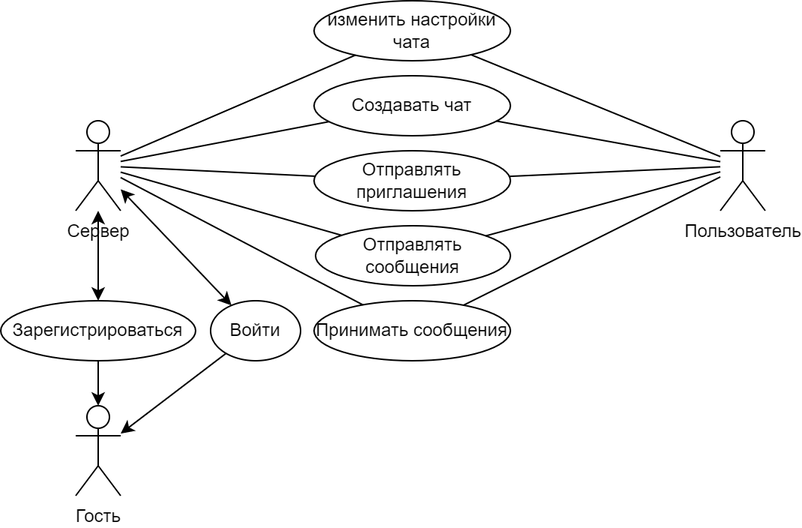
Before: Diagrams/UseCase/UseCase.png, a diagram exported from draw.io (Vladg24YT/Egg-Chat). Source tidied: cells renumbered, new cells last; positions are measured from the earlier drawing's top-left corner, leaving out a move shared by most shapes.
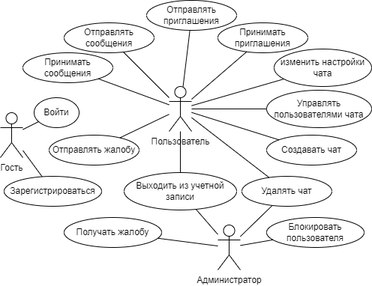
After the commit.

Commit message:
Обновление возможностей пользователя в UseCase

Diff of the diagram source:
```diff
@@ -2,47 +2,29 @@
   <root>
     <mxCell id="0" />
     <mxCell id="1" parent="0" />
-    <mxCell id="2" value="Сервер" style="shape=umlActor;verticalLabelPosition=bottom;verticalAlign=top;html=1;outlineConnect=0;" parent="1" vertex="1">
-      <mxGeometry x="50" y="80" width="30" height="60" as="geometry" />
-    </mxCell>
-    <mxCell id="3" style="endArrow=classic;html=1;rounded=1;startArrow=classic;" parent="1" edge="1" source="2" target="5">
-      <mxGeometry relative="1" as="geometry" />
-    </mxCell>
     <mxCell id="4" value="Гость" style="shape=umlActor;verticalLabelPosition=bottom;verticalAlign=top;html=1;outlineConnect=0;" parent="1" vertex="1">
-      <mxGeometry x="50" y="270" width="30" height="60" as="geometry" />
+      <mxGeometry x="355" y="200" width="30" height="60" as="geometry" />
     </mxCell>
     <mxCell id="5" value="Войти" style="rounded=1;whiteSpace=wrap;html=1;shape=ellipse;perimeter=ellipsePerimeter;" parent="1" vertex="1">
-      <mxGeometry x="140" y="200" width="60" height="40" as="geometry" />
+      <mxGeometry x="400" y="180" width="60" height="40" as="geometry" />
     </mxCell>
     <mxCell id="6" value="Пользователь" style="shape=umlActor;verticalLabelPosition=bottom;verticalAlign=top;html=1;outlineConnect=0;" parent="1" vertex="1">
-      <mxGeometry x="480" y="80" width="30" height="60" as="geometry" />
+      <mxGeometry x="580" y="165" width="30" height="60" as="geometry" />
     </mxCell>
-    <mxCell id="7" style="endArrow=classic;html=1;rounded=1;startArrow=classic;" parent="1" edge="1" source="2" target="12">
-      <mxGeometry relative="1" as="geometry" />
-    </mxCell>
-    <mxCell id="8" style="endArrow=none;html=1;rounded=1;startArrow=classic;" parent="1" edge="1" source="4" target="5">
-      <mxGeometry relative="1" as="geometry" />
-    </mxCell>
     <mxCell id="9" value="Принимать сообщения" style="rounded=1;whiteSpace=wrap;html=1;shape=ellipse;perimeter=ellipsePerimeter;" parent="1" vertex="1">
-      <mxGeometry x="209" y="200" width="131" height="40" as="geometry" />
+      <mxGeometry x="385" y="120" width="120" height="40" as="geometry" />
     </mxCell>
     <mxCell id="10" value="Отправлять сообщения" style="rounded=1;whiteSpace=wrap;html=1;shape=ellipse;perimeter=ellipsePerimeter;" parent="1" vertex="1">
-      <mxGeometry x="210" y="150" width="130" height="40" as="geometry" />
+      <mxGeometry x="440" y="80" width="120" height="40" as="geometry" />
     </mxCell>
-    <mxCell id="11" style="endArrow=none;html=1;rounded=0;" parent="1" edge="1" source="2" target="9">
-      <mxGeometry relative="1" as="geometry" />
-    </mxCell>
     <mxCell id="12" value="Зарегистрироваться" style="rounded=1;whiteSpace=wrap;html=1;shape=ellipse;perimeter=ellipsePerimeter;" parent="1" vertex="1">
-      <mxGeometry y="200" width="130" height="40" as="geometry" />
+      <mxGeometry x="360" y="285" width="130" height="40" as="geometry" />
     </mxCell>
-    <mxCell id="13" style="endArrow=none;html=1;rounded=1;startArrow=classic;" parent="1" edge="1" source="4" target="12">
-      <mxGeometry relative="1" as="geometry" />
-    </mxCell>
     <mxCell id="14" style="endArrow=none;html=1;rounded=0;" parent="1" edge="1" source="9" target="6">
       <mxGeometry relative="1" as="geometry" />
     </mxCell>
     <mxCell id="15" value="Отправлять приглашения" style="rounded=1;whiteSpace=wrap;html=1;shape=ellipse;perimeter=ellipsePerimeter;" parent="1" vertex="1">
-      <mxGeometry x="209" y="100" width="131" height="40" as="geometry" />
+      <mxGeometry x="550" y="50" width="120" height="40" as="geometry" />
     </mxCell>
     <mxCell id="16" style="endArrow=none;html=1;rounded=0;" parent="1" edge="1" source="6" target="10">
       <mxGeometry relative="1" as="geometry" />
@@ -50,14 +32,11 @@
     <mxCell id="17" style="endArrow=none;html=1;rounded=0;" parent="1" edge="1" source="15" target="6">
       <mxGeometry relative="1" as="geometry" />
     </mxCell>
-    <mxCell id="18" style="endArrow=none;html=1;rounded=0;" parent="1" edge="1" source="2" target="10">
-      <mxGeometry relative="1" as="geometry" />
-    </mxCell>
     <mxCell id="19" value="Создавать чат" style="ellipse;whiteSpace=wrap;html=1;" parent="1" vertex="1">
-      <mxGeometry x="209" y="50" width="131" height="40" as="geometry" />
+      <mxGeometry x="710" y="230" width="120" height="40" as="geometry" />
     </mxCell>
     <mxCell id="20" value="изменить настройки чата" style="ellipse;whiteSpace=wrap;html=1;" parent="1" vertex="1">
-      <mxGeometry x="209" width="131" height="40" as="geometry" />
+      <mxGeometry x="720" y="115" width="130" height="50" as="geometry" />
     </mxCell>
     <mxCell id="21" style="endArrow=none;html=1;rounded=0;" parent="1" edge="1" source="6" target="20">
       <mxGeometry relative="1" as="geometry" />
@@ -65,14 +44,62 @@
     <mxCell id="22" style="endArrow=none;html=1;rounded=0;" parent="1" edge="1" source="6" target="19">
       <mxGeometry relative="1" as="geometry" />
     </mxCell>
-    <mxCell id="23" style="endArrow=none;html=1;rounded=0;" parent="1" edge="1" source="2" target="20">
-      <mxGeometry relative="1" as="geometry" />
-    </mxCell>
-    <mxCell id="24" style="endArrow=none;html=1;rounded=0;" parent="1" edge="1" source="2" target="19">
-      <mxGeometry relative="1" as="geometry" />
-    </mxCell>
-    <mxCell id="25" style="endArrow=none;html=1;rounded=0;" parent="1" edge="1" source="2" target="15">
-      <mxGeometry relative="1" as="geometry" />
-    </mxCell>
+    <mxCell id="26" value="Администратор" style="shape=umlActor;verticalLabelPosition=bottom;verticalAlign=top;html=1;outlineConnect=0;" parent="1" vertex="1">
+      <mxGeometry x="645" y="350" width="30" height="60" as="geometry" />
+    </mxCell>
+    <mxCell id="13" style="endArrow=none;html=1;rounded=0;" parent="1" edge="1" source="4" target="12">
+      <mxGeometry relative="1" as="geometry" />
+    </mxCell>
+    <mxCell id="8" style="endArrow=none;html=1;rounded=0;" parent="1" edge="1" source="4" target="5">
+      <mxGeometry relative="1" as="geometry" />
+    </mxCell>
+    <mxCell id="27" value="Получать жалобу" style="ellipse;whiteSpace=wrap;html=1;" parent="1" vertex="1">
+      <mxGeometry x="440" y="340" width="130" height="40" as="geometry" />
+    </mxCell>
+    <mxCell id="28" value="Блокировать пользователя" style="ellipse;whiteSpace=wrap;html=1;" parent="1" vertex="1">
+      <mxGeometry x="710" y="340" width="130" height="40" as="geometry" />
+    </mxCell>
+    <mxCell id="29" value="Управлять пользователями чата" style="ellipse;whiteSpace=wrap;html=1;" parent="1" vertex="1">
+      <mxGeometry x="710" y="170" width="140" height="50" as="geometry" />
+    </mxCell>
+    <mxCell id="30" value="Выходить из учетной записи" style="ellipse;whiteSpace=wrap;html=1;" parent="1" vertex="1">
+      <mxGeometry x="520" y="280" width="150" height="50" as="geometry" />
+    </mxCell>
+    <mxCell id="31" value="Отправлять жалобу" style="ellipse;whiteSpace=wrap;html=1;" parent="1" vertex="1">
+      <mxGeometry x="420" y="230" width="120" height="40" as="geometry" />
+    </mxCell>
+    <mxCell id="32" style="endArrow=none;html=1;rounded=0;" parent="1" edge="1" source="6" target="30">
+      <mxGeometry relative="1" as="geometry" />
+    </mxCell>
+    <mxCell id="33" style="endArrow=none;html=1;rounded=0;" parent="1" edge="1" source="6" target="29">
+      <mxGeometry relative="1" as="geometry" />
+    </mxCell>
+    <mxCell id="34" style="endArrow=none;html=1;rounded=0;" parent="1" edge="1" source="6" target="31">
+      <mxGeometry relative="1" as="geometry" />
+    </mxCell>
+    <mxCell id="35" style="endArrow=none;html=1;rounded=0;" parent="1" edge="1" source="26" target="27">
+      <mxGeometry relative="1" as="geometry" />
+    </mxCell>
+    <mxCell id="36" style="endArrow=none;html=1;rounded=0;" parent="1" edge="1" source="26" target="28">
+      <mxGeometry relative="1" as="geometry" />
+    </mxCell>
+    <mxCell id="37" style="endArrow=none;html=1;rounded=0;" parent="1" edge="1" source="26" target="30">
+      <mxGeometry relative="1" as="geometry" />
+    </mxCell>
+    <mxCell id="38" value="Принимать приглашения" style="ellipse;whiteSpace=wrap;html=1;" parent="1" vertex="1">
+      <mxGeometry x="645" y="80" width="120" height="40" as="geometry" />
+    </mxCell>
+    <mxCell id="39" style="endArrow=none;html=1;rounded=0;" parent="1" edge="1" source="6" target="38">
+      <mxGeometry relative="1" as="geometry" />
+    </mxCell>
+    <mxCell id="40" value="Удалять чат" style="ellipse;whiteSpace=wrap;html=1;" parent="1" vertex="1">
+      <mxGeometry x="677" y="285" width="120" height="40" as="geometry" />
+    </mxCell>
+    <mxCell id="41" style="endArrow=none;html=1;rounded=0;" parent="1" edge="1" source="6" target="40">
+      <mxGeometry relative="1" as="geometry" />
+    </mxCell>
+    <mxCell id="42" style="endArrow=none;html=1;rounded=0;" parent="1" edge="1" source="26" target="40">
+      <mxGeometry relative="1" as="geometry" />
+    </mxCell>
   </root>
 </mxGraphModel>
```
